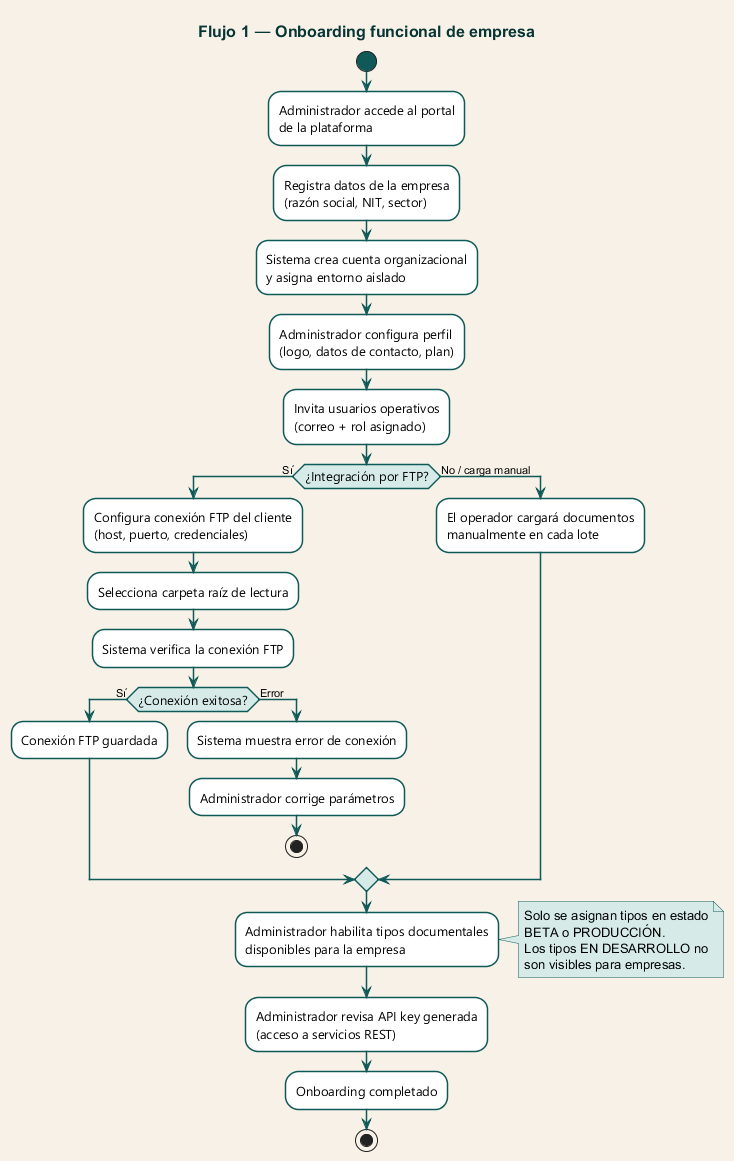
This is RAG/assets/img/diagramas/tobefuncional/flujo-onboarding.png from sedibuc/documentacion_cintel, a PlantUML export, as it was before one commit.
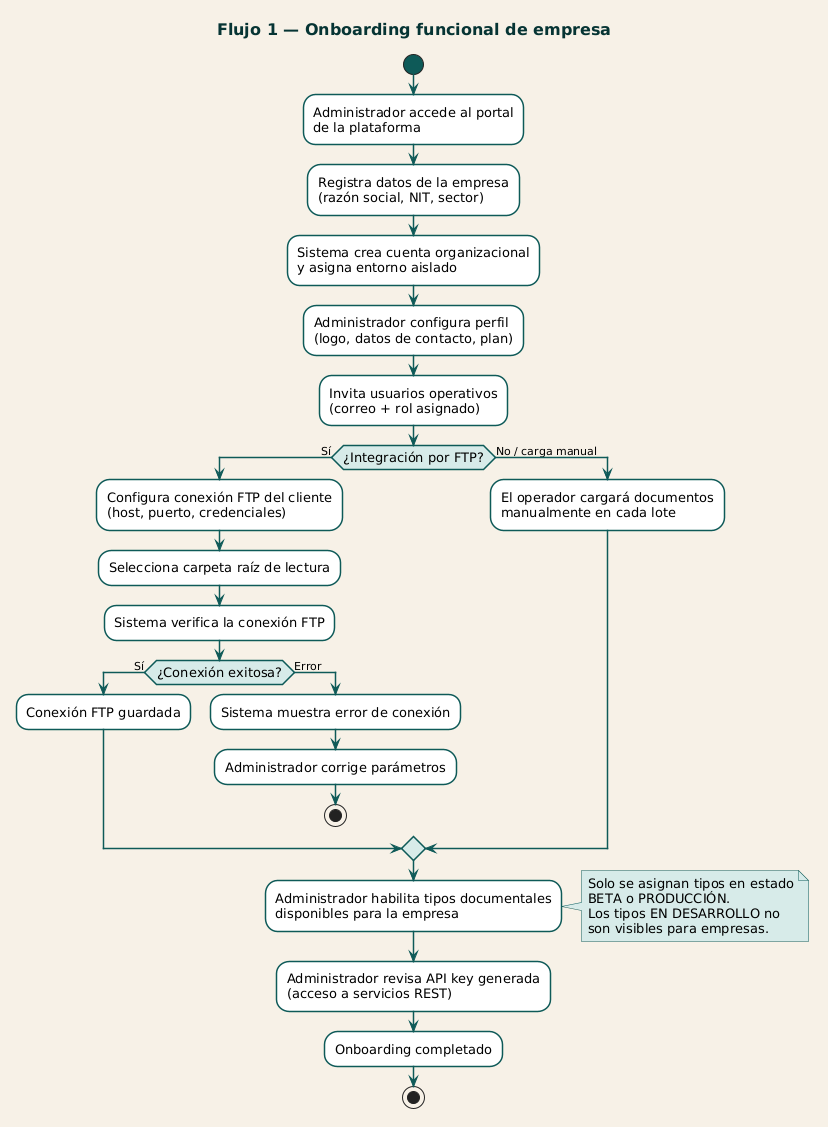
Above is the later version.

Diff of the diagram source:
```diff
@@ -1,4 +1,4 @@
-@startuml flujo-onboarding
+@startuml
 skinparam backgroundColor #f7f1e7
 skinparam activity {
   BackgroundColor #ffffff
@@ -58,5 +58,4 @@
 :Administrador revisa API key generada\n(acceso a servicios REST);
 :Onboarding completado;
 stop
-
 @enduml
```
